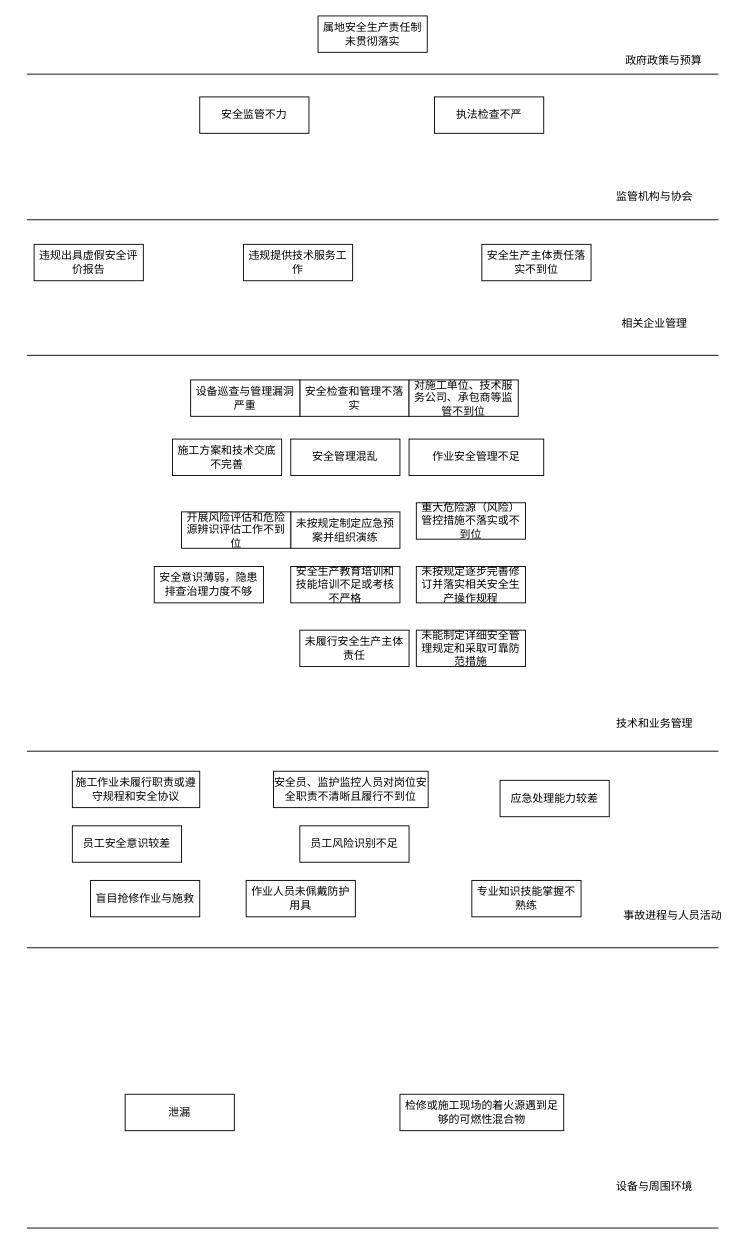
Earlier version of the draw.io diagram 未命名绘图.drawio (fangjiarong/docs). Source tidied: cells renumbered, new cells numbered last; positions are measured from the earlier drawing's top-left corner, leaving out a move shared by most shapes. Both pictures are drawn from the tidied source at 91%, with x=0, y=0 at pixel (26, 15).
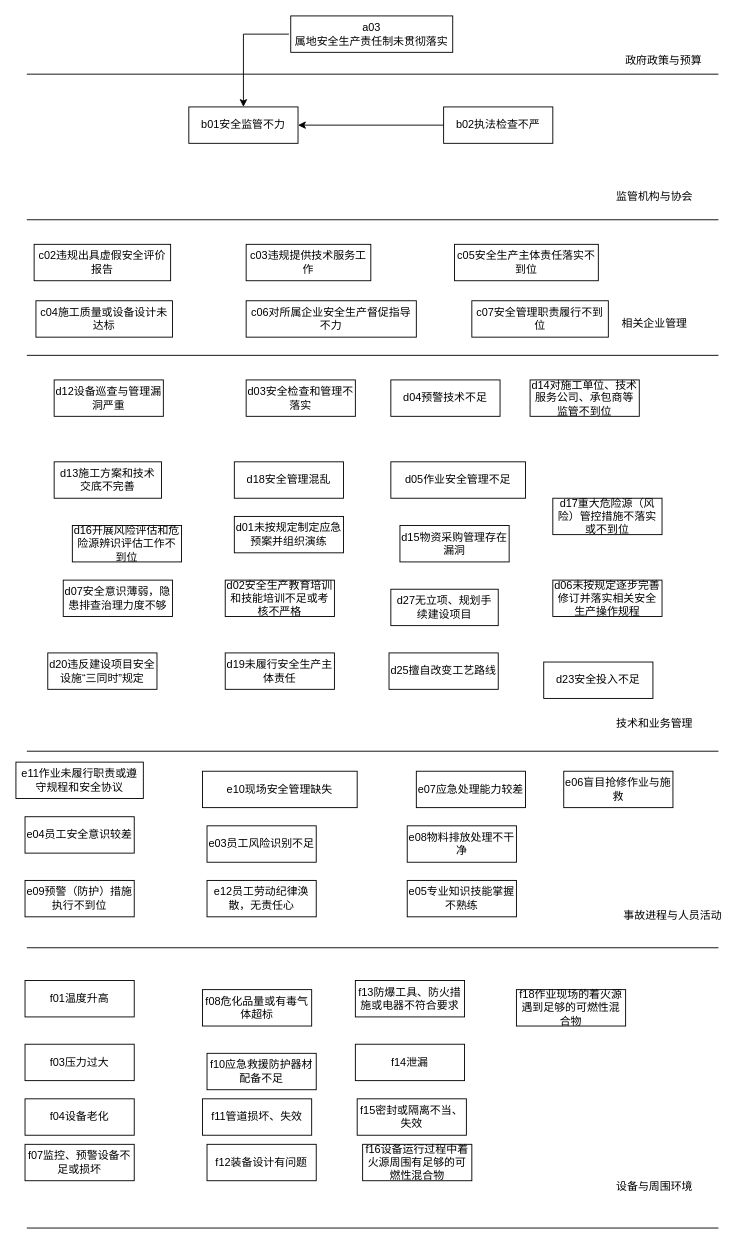
The same page after the edit.

Commit message:
更新未命名绘图.drawio

What changed in the source:
```diff
@@
-    <mxCell id="14" value="属地安全生产责任制未贯彻落实" style="rounded=0;whiteSpace=wrap;html=1;" parent="1" vertex="1">
-      <mxGeometry x="320" width="120" height="40" as="geometry" />
+    <mxCell id="14" value="a03&lt;br&gt;属地安全生产责任制未贯彻落实" style="rounded=0;whiteSpace=wrap;html=1;" parent="1" vertex="1">
+      <mxGeometry x="290" width="178" height="40" as="geometry" />
     </mxCell>
-    <mxCell id="15" value="安全监管不力" style="rounded=0;whiteSpace=wrap;html=1;" parent="1" vertex="1">
-      <mxGeometry x="190" y="89" width="120" height="40" as="geometry" />
+    <mxCell id="15" value="b01安全监管不力" style="rounded=0;whiteSpace=wrap;html=1;" parent="1" vertex="1">
+      <mxGeometry x="178" y="100" width="120" height="40" as="geometry" />
     </mxCell>
-    <mxCell id="16" value="执法检查不严" style="rounded=0;whiteSpace=wrap;html=1;" parent="1" vertex="1">
-      <mxGeometry x="448" y="89" width="120" height="40" as="geometry" />
+    <mxCell id="16" value="b02执法检查不严" style="rounded=0;whiteSpace=wrap;html=1;" parent="1" vertex="1">
+      <mxGeometry x="458" y="100" width="120" height="40" as="geometry" />
     </mxCell>
-    <mxCell id="17" value="违规出具虚假安全评价报告" style="rounded=0;whiteSpace=wrap;html=1;" parent="1" vertex="1">
-      <mxGeometry x="8" y="251" width="120" height="40" as="geometry" />
+    <mxCell id="17" value="c02违规出具虚假安全评价报告" style="rounded=0;whiteSpace=wrap;html=1;" parent="1" vertex="1">
+      <mxGeometry x="8" y="251" width="150" height="40" as="geometry" />
     </mxCell>
-    <mxCell id="18" value="违规提供技术服务工作" style="rounded=0;whiteSpace=wrap;html=1;" parent="1" vertex="1">
-      <mxGeometry x="238" y="251" width="120" height="40" as="geometry" />
+    <mxCell id="18" value="c03违规提供技术服务工作" style="rounded=0;whiteSpace=wrap;html=1;" parent="1" vertex="1">
+      <mxGeometry x="241" y="251" width="137" height="40" as="geometry" />
     </mxCell>
-    <mxCell id="19" value="安全生产主体责任落实不到位" style="rounded=0;whiteSpace=wrap;html=1;" parent="1" vertex="1">
-      <mxGeometry x="500" y="251" width="120" height="40" as="geometry" />
+    <mxCell id="19" value="c05安全生产主体责任落实不到位" style="rounded=0;whiteSpace=wrap;html=1;" parent="1" vertex="1">
+      <mxGeometry x="470" y="251" width="158" height="40" as="geometry" />
     </mxCell>
-    <mxCell id="20" value="未按规定制定应急预案并组织演练" style="rounded=0;whiteSpace=wrap;html=1;" parent="1" vertex="1">
-      <mxGeometry x="290" y="545" width="120" height="40" as="geometry" />
+    <mxCell id="20" value="d01未按规定制定应急预案并组织演练" style="rounded=0;whiteSpace=wrap;html=1;" parent="1" vertex="1">
+      <mxGeometry x="228" y="550" width="120" height="40" as="geometry" />
     </mxCell>
-    <mxCell id="21" value="安全生产教育培训和技能培训不足或考核不严格" style="rounded=0;whiteSpace=wrap;html=1;" parent="1" vertex="1">
-      <mxGeometry x="290" y="605" width="120" height="40" as="geometry" />
+    <mxCell id="21" value="d02安全生产教育培训和技能培训不足或考核不严格" style="rounded=0;whiteSpace=wrap;html=1;" parent="1" vertex="1">
+      <mxGeometry x="218" y="620" width="120" height="40" as="geometry" />
     </mxCell>
-    <mxCell id="22" value="安全检查和管理不落实" style="rounded=0;whiteSpace=wrap;html=1;" parent="1" vertex="1">
-      <mxGeometry x="300" y="400" width="120" height="40" as="geometry" />
+    <mxCell id="22" value="d03安全检查和管理不落实" style="rounded=0;whiteSpace=wrap;html=1;" parent="1" vertex="1">
+      <mxGeometry x="241" y="400" width="120" height="40" as="geometry" />
     </mxCell>
-    <mxCell id="23" value="作业安全管理不足" style="rounded=0;whiteSpace=wrap;html=1;" parent="1" vertex="1">
-      <mxGeometry x="420" y="465" width="148" height="40" as="geometry" />
+    <mxCell id="23" value="d05作业安全管理不足" style="rounded=0;whiteSpace=wrap;html=1;" parent="1" vertex="1">
+      <mxGeometry x="400" y="490" width="148" height="40" as="geometry" />
     </mxCell>
-    <mxCell id="24" value="未按规定逐步完善修订并落实相关安全生产操作规程" style="rounded=0;whiteSpace=wrap;html=1;" parent="1" vertex="1">
-      <mxGeometry x="428" y="605" width="120" height="40" as="geometry" />
+    <mxCell id="24" value="d06未按规定逐步完善修订并落实相关安全生产操作规程" style="rounded=0;whiteSpace=wrap;html=1;" parent="1" vertex="1">
+      <mxGeometry x="578" y="620" width="120" height="40" as="geometry" />
     </mxCell>
-    <mxCell id="25" value="安全意识薄弱，隐患排查治理力度不够" style="rounded=0;whiteSpace=wrap;html=1;" parent="1" vertex="1">
-      <mxGeometry x="140" y="605" width="120" height="40" as="geometry" />
+    <mxCell id="25" value="d07安全意识薄弱，隐患排查治理力度不够" style="rounded=0;whiteSpace=wrap;html=1;" parent="1" vertex="1">
+      <mxGeometry x="40" y="620" width="120" height="40" as="geometry" />
     </mxCell>
-    <mxCell id="26" value="设备巡查与管理漏洞严重" style="rounded=0;whiteSpace=wrap;html=1;" parent="1" vertex="1">
-      <mxGeometry x="180" y="400" width="120" height="40" as="geometry" />
+    <mxCell id="26" value="d12设备巡查与管理漏洞严重" style="rounded=0;whiteSpace=wrap;html=1;" parent="1" vertex="1">
+      <mxGeometry x="30" y="400" width="120" height="40" as="geometry" />
     </mxCell>
-    <mxCell id="27" value="施工方案和技术交底不完善" style="rounded=0;whiteSpace=wrap;html=1;" parent="1" vertex="1">
-      <mxGeometry x="160" y="465" width="120" height="40" as="geometry" />
+    <mxCell id="27" value="d13施工方案和技术交底不完善" style="rounded=0;whiteSpace=wrap;html=1;" parent="1" vertex="1">
+      <mxGeometry x="30" y="490" width="118" height="40" as="geometry" />
     </mxCell>
-    <mxCell id="28" value="对施工单位、技术服务公司、承包商等监管不到位" style="rounded=0;whiteSpace=wrap;html=1;" parent="1" vertex="1">
-      <mxGeometry x="420" y="400" width="120" height="40" as="geometry" />
+    <mxCell id="28" value="d14对施工单位、技术服务公司、承包商等监管不到位" style="rounded=0;whiteSpace=wrap;html=1;" parent="1" vertex="1">
+      <mxGeometry x="553" y="400" width="120" height="40" as="geometry" />
     </mxCell>
-    <mxCell id="29" value="开展风险评估和危险源辨识评估工作不到位" style="rounded=0;whiteSpace=wrap;html=1;" parent="1" vertex="1">
-      <mxGeometry x="170" y="545" width="120" height="40" as="geometry" />
+    <mxCell id="29" value="d16开展风险评估和危险源辨识评估工作不到位" style="rounded=0;whiteSpace=wrap;html=1;" parent="1" vertex="1">
+      <mxGeometry x="50" y="560" width="120" height="40" as="geometry" />
     </mxCell>
-    <mxCell id="30" value="重大危险源（风险）管控措施不落实或不到位" style="rounded=0;whiteSpace=wrap;html=1;" parent="1" vertex="1">
-      <mxGeometry x="428" y="535" width="120" height="40" as="geometry" />
+    <mxCell id="30" value="d17重大危险源（风险）管控措施不落实或不到位" style="rounded=0;whiteSpace=wrap;html=1;" parent="1" vertex="1">
+      <mxGeometry x="578" y="530" width="120" height="40" as="geometry" />
     </mxCell>
-    <mxCell id="31" value="安全管理混乱" style="rounded=0;whiteSpace=wrap;html=1;" parent="1" vertex="1">
-      <mxGeometry x="290" y="465" width="120" height="40" as="geometry" />
+    <mxCell id="31" value="d18安全管理混乱" style="rounded=0;whiteSpace=wrap;html=1;" parent="1" vertex="1">
+      <mxGeometry x="228" y="490" width="120" height="40" as="geometry" />
     </mxCell>
-    <mxCell id="32" value="未履行安全生产主体责任" style="rounded=0;whiteSpace=wrap;html=1;" parent="1" vertex="1">
-      <mxGeometry x="300" y="675" width="120" height="40" as="geometry" />
+    <mxCell id="32" value="d19未履行安全生产主体责任" style="rounded=0;whiteSpace=wrap;html=1;" parent="1" vertex="1">
+      <mxGeometry x="218" y="700" width="120" height="40" as="geometry" />
     </mxCell>
-    <mxCell id="33" value="未能制定详细安全管理规定和采取可靠防范措施" style="rounded=0;whiteSpace=wrap;html=1;" parent="1" vertex="1">
-      <mxGeometry x="428" y="675" width="120" height="40" as="geometry" />
+    <mxCell id="33" value="d23安全投入不足" style="rounded=0;whiteSpace=wrap;html=1;" parent="1" vertex="1">
+      <mxGeometry x="568" y="710" width="120" height="40" as="geometry" />
     </mxCell>
-    <mxCell id="34" value="盲目抢修作业与施救" style="rounded=0;whiteSpace=wrap;html=1;" parent="1" vertex="1">
-      <mxGeometry x="70" y="950" width="120" height="40" as="geometry" />
+    <mxCell id="34" value="e06盲目抢修作业与施救" style="rounded=0;whiteSpace=wrap;html=1;" parent="1" vertex="1">
+      <mxGeometry x="590" y="830" width="120" height="40" as="geometry" />
     </mxCell>
-    <mxCell id="35" value="施工作业未履行职责或遵守规程和安全协议" style="rounded=0;whiteSpace=wrap;html=1;" parent="1" vertex="1">
-      <mxGeometry x="50" y="830" width="140" height="40" as="geometry" />
+    <mxCell id="35" value="e11作业未履行职责或遵守规程和安全协议" style="rounded=0;whiteSpace=wrap;html=1;" parent="1" vertex="1">
+      <mxGeometry x="-12" y="820" width="140" height="40" as="geometry" />
     </mxCell>
-    <mxCell id="36" value="应急处理能力较差" style="rounded=0;whiteSpace=wrap;html=1;" parent="1" vertex="1">
-      <mxGeometry x="520" y="840" width="120" height="40" as="geometry" />
+    <mxCell id="36" value="e07应急处理能力较差" style="rounded=0;whiteSpace=wrap;html=1;" parent="1" vertex="1">
+      <mxGeometry x="428" y="830" width="120" height="40" as="geometry" />
     </mxCell>
-    <mxCell id="37" value="员工风险识别不足" style="rounded=0;whiteSpace=wrap;html=1;" parent="1" vertex="1">
-      <mxGeometry x="300" y="890" width="120" height="40" as="geometry" />
+    <mxCell id="37" value="e03员工风险识别不足" style="rounded=0;whiteSpace=wrap;html=1;" parent="1" vertex="1">
+      <mxGeometry x="198" y="890" width="120" height="40" as="geometry" />
     </mxCell>
-    <mxCell id="38" value="员工安全意识较差" style="rounded=0;whiteSpace=wrap;html=1;" parent="1" vertex="1">
-      <mxGeometry x="50" y="890" width="120" height="40" as="geometry" />
+    <mxCell id="38" value="e04员工安全意识较差" style="rounded=0;whiteSpace=wrap;html=1;" parent="1" vertex="1">
+      <mxGeometry x="-2" y="880" width="120" height="40" as="geometry" />
     </mxCell>
-    <mxCell id="39" value="作业人员未佩戴防护用具" style="rounded=0;whiteSpace=wrap;html=1;" parent="1" vertex="1">
-      <mxGeometry x="241" y="950" width="120" height="40" as="geometry" />
+    <mxCell id="39" value="e12员工劳动纪律涣散，无责任心" style="rounded=0;whiteSpace=wrap;html=1;" parent="1" vertex="1">
+      <mxGeometry x="198" y="950" width="120" height="40" as="geometry" />
     </mxCell>
-    <mxCell id="40" value="专业知识技能掌握不熟练" style="rounded=0;whiteSpace=wrap;html=1;" parent="1" vertex="1">
-      <mxGeometry x="489" y="950" width="120" height="40" as="geometry" />
+    <mxCell id="40" value="e05专业知识技能掌握不熟练" style="rounded=0;whiteSpace=wrap;html=1;" parent="1" vertex="1">
+      <mxGeometry x="418" y="950" width="120" height="40" as="geometry" />
     </mxCell>
-    <mxCell id="41" value="安全员、监护监控人员对岗位安全职责不清晰且履行不到位" style="rounded=0;whiteSpace=wrap;html=1;" parent="1" vertex="1">
-      <mxGeometry x="271" y="830" width="170" height="40" as="geometry" />
+    <mxCell id="41" value="e10现场安全管理缺失" style="rounded=0;whiteSpace=wrap;html=1;" parent="1" vertex="1">
+      <mxGeometry x="193" y="830" width="170" height="40" as="geometry" />
     </mxCell>
-    <mxCell id="42" value="泄漏" style="rounded=0;whiteSpace=wrap;html=1;" parent="1" vertex="1">
-      <mxGeometry x="108" y="1185" width="120" height="40" as="geometry" />
+    <mxCell id="42" value="f03压力过大" style="rounded=0;whiteSpace=wrap;html=1;" parent="1" vertex="1">
+      <mxGeometry x="-2" y="1130" width="120" height="40" as="geometry" />
     </mxCell>
-    <mxCell id="43" value="检修或施工现场的着火源遇到足够的可燃性混合物" style="rounded=0;whiteSpace=wrap;html=1;" parent="1" vertex="1">
-      <mxGeometry x="410" y="1185" width="180" height="40" as="geometry" />
-    </mxCell>
+    <mxCell id="44" style="endArrow=classic;html=1;rounded=0;entryX=0.5;entryY=0;entryDx=0;entryDy=0;" parent="1" edge="1" target="15">
+      <mxGeometry relative="1" as="geometry">
+        <mxPoint x="288" y="20" as="sourcePoint" />
+        <Array as="points">
+          <mxPoint x="238" y="20" />
+        </Array>
+      </mxGeometry>
+    </mxCell>
+    <mxCell id="45" style="endArrow=classic;html=1;rounded=0;entryX=1;entryY=0.5;entryDx=0;entryDy=0;" parent="1" edge="1" target="15">
+      <mxGeometry relative="1" as="geometry">
+        <mxPoint x="458" y="120" as="sourcePoint" />
+      </mxGeometry>
+    </mxCell>
+    <mxCell id="46" value="c04施工质量或设备设计未达标" style="rounded=0;whiteSpace=wrap;html=1;" parent="1" vertex="1">
+      <mxGeometry x="10" y="313" width="150" height="40" as="geometry" />
+    </mxCell>
+    <mxCell id="47" value="c06对所属企业安全生产督促指导不力" style="rounded=0;whiteSpace=wrap;html=1;" parent="1" vertex="1">
+      <mxGeometry x="241" y="313" width="187" height="40" as="geometry" />
+    </mxCell>
+    <mxCell id="48" value="c07安全管理职责履行不到位" style="rounded=0;whiteSpace=wrap;html=1;" parent="1" vertex="1">
+      <mxGeometry x="489" y="313" width="150" height="40" as="geometry" />
+    </mxCell>
+    <mxCell id="49" value="d04预警技术不足" style="rounded=0;whiteSpace=wrap;html=1;" parent="1" vertex="1">
+      <mxGeometry x="400" y="400" width="120" height="40" as="geometry" />
+    </mxCell>
+    <mxCell id="50" value="d15物资采购管理存在漏洞" style="rounded=0;whiteSpace=wrap;html=1;" parent="1" vertex="1">
+      <mxGeometry x="410" y="560" width="120" height="40" as="geometry" />
+    </mxCell>
+    <mxCell id="51" value="d20违反建设项目安全设施“三同时”规定" style="rounded=0;whiteSpace=wrap;html=1;" parent="1" vertex="1">
+      <mxGeometry x="23" y="700" width="120" height="40" as="geometry" />
+    </mxCell>
+    <mxCell id="52" value="d25擅自改变工艺路线" style="rounded=0;whiteSpace=wrap;html=1;" parent="1" vertex="1">
+      <mxGeometry x="398" y="700" width="120" height="40" as="geometry" />
+    </mxCell>
+    <mxCell id="53" value="d27无立项、规划手续建设项目" style="rounded=0;whiteSpace=wrap;html=1;" parent="1" vertex="1">
+      <mxGeometry x="400" y="630" width="118" height="40" as="geometry" />
+    </mxCell>
+    <mxCell id="54" value="e08物料排放处理不干净" style="rounded=0;whiteSpace=wrap;html=1;" parent="1" vertex="1">
+      <mxGeometry x="418" y="890" width="120" height="40" as="geometry" />
+    </mxCell>
+    <mxCell id="55" value="e09预警（防护）措施执行不到位" style="rounded=0;whiteSpace=wrap;html=1;" parent="1" vertex="1">
+      <mxGeometry x="-2" y="950" width="120" height="40" as="geometry" />
+    </mxCell>
+    <mxCell id="56" value="f01温度升高" style="rounded=0;whiteSpace=wrap;html=1;" parent="1" vertex="1">
+      <mxGeometry x="-2" y="1060" width="120" height="40" as="geometry" />
+    </mxCell>
+    <mxCell id="57" value="f04设备老化" style="rounded=0;whiteSpace=wrap;html=1;" parent="1" vertex="1">
+      <mxGeometry x="-2" y="1190" width="120" height="40" as="geometry" />
+    </mxCell>
+    <mxCell id="58" value="f07监控、预警设备不足或损坏" style="rounded=0;whiteSpace=wrap;html=1;" parent="1" vertex="1">
+      <mxGeometry x="-2" y="1240" width="120" height="40" as="geometry" />
+    </mxCell>
+    <mxCell id="59" value="f08危化品量或有毒气体超标" style="rounded=0;whiteSpace=wrap;html=1;" parent="1" vertex="1">
+      <mxGeometry x="193" y="1070" width="120" height="40" as="geometry" />
+    </mxCell>
+    <mxCell id="60" value="f10应急救援防护器材配备不足" style="rounded=0;whiteSpace=wrap;html=1;" parent="1" vertex="1">
+      <mxGeometry x="198" y="1140" width="120" height="40" as="geometry" />
+    </mxCell>
+    <mxCell id="61" value="f11管道损坏、失效" style="rounded=0;whiteSpace=wrap;html=1;" parent="1" vertex="1">
+      <mxGeometry x="193" y="1190" width="120" height="40" as="geometry" />
+    </mxCell>
+    <mxCell id="62" value="f12装备设计有问题" style="rounded=0;whiteSpace=wrap;html=1;" parent="1" vertex="1">
+      <mxGeometry x="198" y="1240" width="120" height="40" as="geometry" />
+    </mxCell>
+    <mxCell id="63" value="f13防爆工具、防火措施或电器不符合要求" style="rounded=0;whiteSpace=wrap;html=1;" parent="1" vertex="1">
+      <mxGeometry x="361" y="1060" width="120" height="40" as="geometry" />
+    </mxCell>
+    <mxCell id="64" value="f14泄漏" style="rounded=0;whiteSpace=wrap;html=1;" parent="1" vertex="1">
+      <mxGeometry x="361" y="1130" width="120" height="40" as="geometry" />
+    </mxCell>
+    <mxCell id="65" value="f15密封或隔离不当、失效" style="rounded=0;whiteSpace=wrap;html=1;" parent="1" vertex="1">
+      <mxGeometry x="363" y="1190" width="120" height="40" as="geometry" />
+    </mxCell>
+    <mxCell id="66" value="f16设备运行过程中着火源周围有足够的可燃性混合物" style="rounded=0;whiteSpace=wrap;html=1;" parent="1" vertex="1">
+      <mxGeometry x="369" y="1240" width="120" height="40" as="geometry" />
+    </mxCell>
+    <mxCell id="67" value="f18作业现场的着火源遇到足够的可燃性混合物" style="rounded=0;whiteSpace=wrap;html=1;" parent="1" vertex="1">
+      <mxGeometry x="538" y="1070" width="120" height="40" as="geometry" />
+    </mxCell>
```
